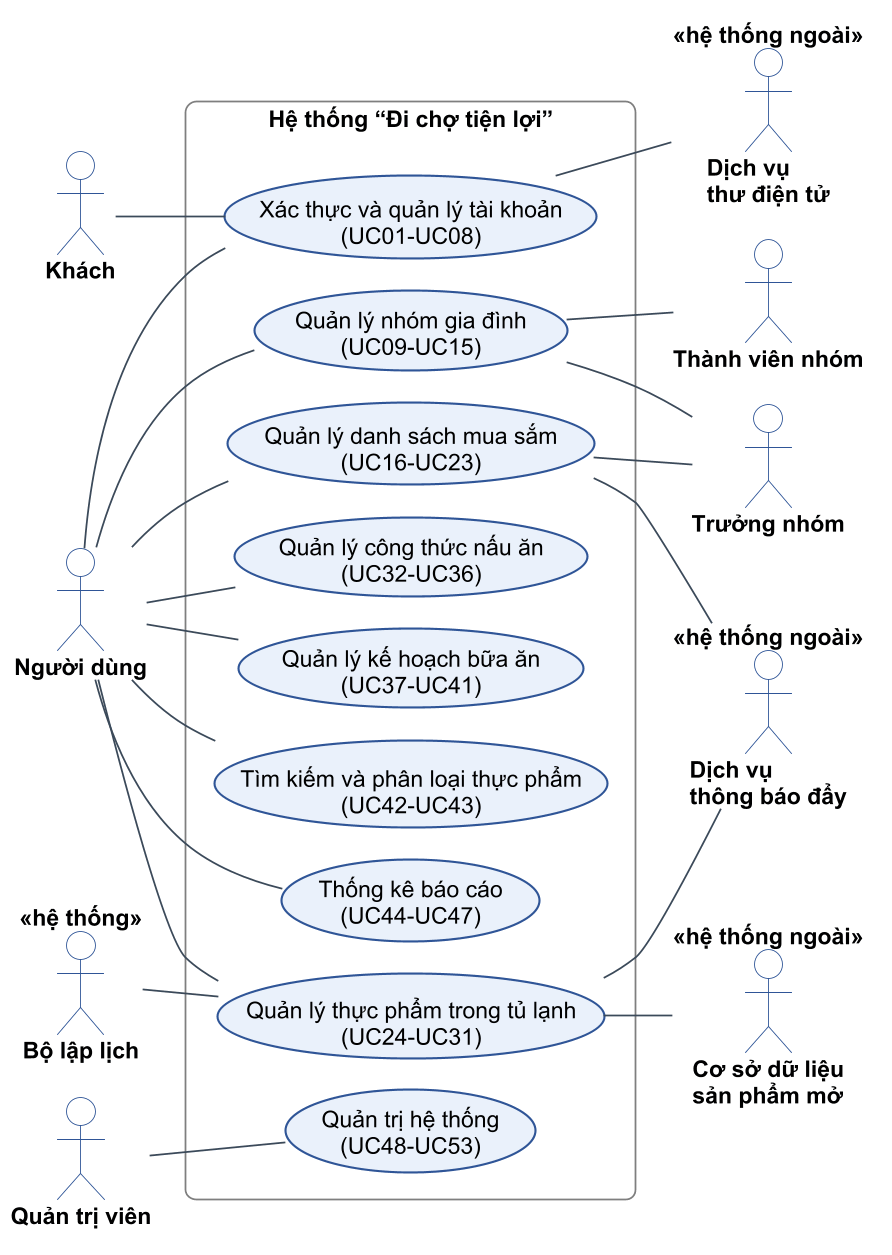
PhucNguyen204/report-project keeps this PlantUML diagram as figures/diagrams/c2-02-uc-tong-quan.png. Above is the earlier version. Source of this version:
```plantuml
@startuml c2-02-uc-tong-quan
!include _style.iuml
left to right direction
skinparam ranksep 110

actor "Khách" as G
actor "Người dùng" as U
actor "Thành viên nhóm" as M
actor "Trưởng nhóm" as L
actor "Quản trị viên" as A
actor "Bộ lập lịch" as CRON <<hệ thống>>
actor "Dịch vụ\nthư điện tử" as MAIL <<hệ thống ngoài>>
actor "Dịch vụ\nthông báo đẩy" as PUSH <<hệ thống ngoài>>
actor "Cơ sở dữ liệu\nsản phẩm mở" as BAR <<hệ thống ngoài>>

rectangle "Hệ thống “Đi chợ tiện lợi”" as SYSB {
  usecase "Xác thực và quản lý tài khoản\n(UC01-UC08)" as P1
  usecase "Quản lý nhóm gia đình\n(UC09-UC15)" as P2
  usecase "Quản lý danh sách mua sắm\n(UC16-UC23)" as P3
  usecase "Quản lý thực phẩm trong tủ lạnh\n(UC24-UC31)" as P4
  usecase "Quản lý công thức nấu ăn\n(UC32-UC36)" as P5
  usecase "Quản lý kế hoạch bữa ăn\n(UC37-UC41)" as P6
  usecase "Tìm kiếm và phân loại thực phẩm\n(UC42-UC43)" as P7
  usecase "Thống kê báo cáo\n(UC44-UC47)" as P8
  usecase "Quản trị hệ thống\n(UC48-UC53)" as P9
}

G -- P1
U -- P1
U -- P2
U -- P3
U -- P4
U -- P5
U -- P6
U -- P7
U -- P8
P2 -- M
P2 -- L
P3 -- L
CRON -- P4
A -- P9
P1 -- MAIL
P3 -- PUSH
P4 -- PUSH
P4 -- BAR
@enduml
```
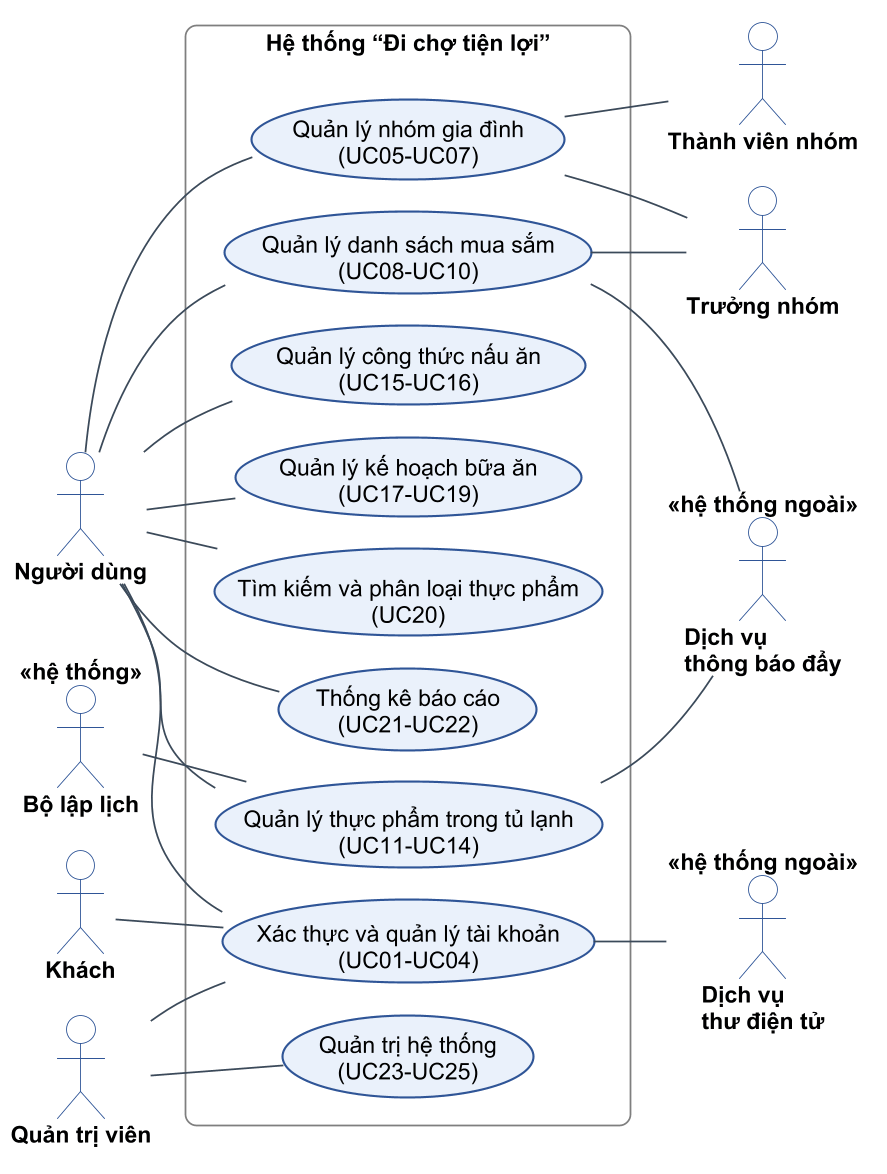
Above is the later version.

What changed in the source:
```diff
@@ -11,18 +11,17 @@
 actor "Bộ lập lịch" as CRON <<hệ thống>>
 actor "Dịch vụ\nthư điện tử" as MAIL <<hệ thống ngoài>>
 actor "Dịch vụ\nthông báo đẩy" as PUSH <<hệ thống ngoài>>
-actor "Cơ sở dữ liệu\nsản phẩm mở" as BAR <<hệ thống ngoài>>
 
 rectangle "Hệ thống “Đi chợ tiện lợi”" as SYSB {
-  usecase "Xác thực và quản lý tài khoản\n(UC01-UC08)" as P1
-  usecase "Quản lý nhóm gia đình\n(UC09-UC15)" as P2
-  usecase "Quản lý danh sách mua sắm\n(UC16-UC23)" as P3
-  usecase "Quản lý thực phẩm trong tủ lạnh\n(UC24-UC31)" as P4
-  usecase "Quản lý công thức nấu ăn\n(UC32-UC36)" as P5
-  usecase "Quản lý kế hoạch bữa ăn\n(UC37-UC41)" as P6
-  usecase "Tìm kiếm và phân loại thực phẩm\n(UC42-UC43)" as P7
-  usecase "Thống kê báo cáo\n(UC44-UC47)" as P8
-  usecase "Quản trị hệ thống\n(UC48-UC53)" as P9
+  usecase "Xác thực và quản lý tài khoản\n(UC01-UC04)" as P1
+  usecase "Quản lý nhóm gia đình\n(UC05-UC07)" as P2
+  usecase "Quản lý danh sách mua sắm\n(UC08-UC10)" as P3
+  usecase "Quản lý thực phẩm trong tủ lạnh\n(UC11-UC14)" as P4
+  usecase "Quản lý công thức nấu ăn\n(UC15-UC16)" as P5
+  usecase "Quản lý kế hoạch bữa ăn\n(UC17-UC19)" as P6
+  usecase "Tìm kiếm và phân loại thực phẩm\n(UC20)" as P7
+  usecase "Thống kê báo cáo\n(UC21-UC22)" as P8
+  usecase "Quản trị hệ thống\n(UC23-UC25)" as P9
 }
 
 G -- P1
@@ -38,9 +37,9 @@
 P2 -- L
 P3 -- L
 CRON -- P4
+A -- P1
 A -- P9
 P1 -- MAIL
 P3 -- PUSH
 P4 -- PUSH
-P4 -- BAR
 @enduml
```
